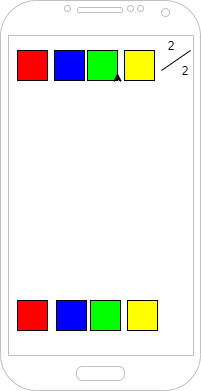
Alex-Garber/codebreaker-android keeps this draw.io diagram as docs/img/wireframe.png. Above is the earlier version. Source tidied: cells renumbered, new cells last; positions are measured from the earlier drawing's top-left corner, leaving out a move shared by most shapes.
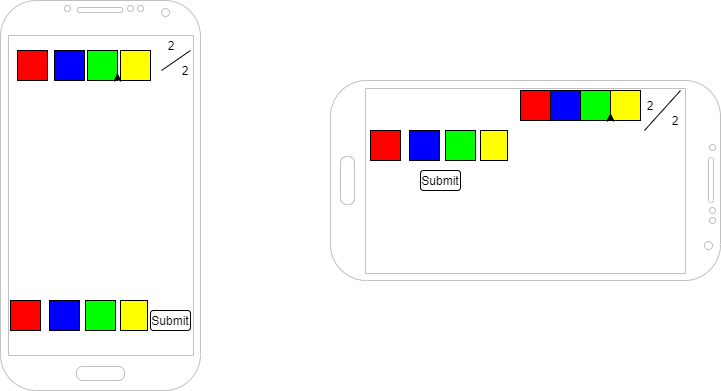
Above is the later version.

Change to the diagram source:
```diff
@@ -3,7 +3,7 @@
     <mxCell id="0" />
     <mxCell id="1" parent="0" />
     <mxCell id="2" style="verticalLabelPosition=bottom;verticalAlign=top;html=1;shadow=0;dashed=0;strokeWidth=1;shape=mxgraph.android.phone2;strokeColor=#c0c0c0;" parent="1" vertex="1">
-      <mxGeometry width="200" height="390" as="geometry" />
+      <mxGeometry x="7" width="200" height="390" as="geometry" />
     </mxCell>
     <mxCell id="3" style="rounded=0;whiteSpace=wrap;html=1;fillColor=#FF0000;" parent="1" vertex="1">
       <mxGeometry x="17" y="300" width="30" height="30" as="geometry" />
@@ -12,40 +12,112 @@
       <mxGeometry x="56" y="300" width="30" height="30" as="geometry" />
     </mxCell>
     <mxCell id="5" style="rounded=0;whiteSpace=wrap;html=1;fillColor=#00FF00;" parent="1" vertex="1">
-      <mxGeometry x="90" y="300" width="30" height="30" as="geometry" />
+      <mxGeometry x="92" y="300" width="30" height="30" as="geometry" />
     </mxCell>
     <mxCell id="6" style="rounded=0;whiteSpace=wrap;html=1;fillColor=#FFFF00;" parent="1" vertex="1">
-      <mxGeometry x="127" y="300" width="30" height="30" as="geometry" />
+      <mxGeometry x="127" y="300" width="27" height="30" as="geometry" />
     </mxCell>
+    <mxCell id="16" style="group;" parent="1" vertex="1">
+      <mxGeometry x="157" y="310" width="40" height="20" as="geometry" />
+    </mxCell>
+    <mxCell id="17" style="rounded=1;whiteSpace=wrap;html=1;" parent="16" vertex="1">
+      <mxGeometry width="40" height="20" as="geometry" />
+    </mxCell>
+    <mxCell id="18" value="Submit" style="text;html=1;strokeColor=none;fillColor=none;align=center;verticalAlign=middle;whiteSpace=wrap;rounded=0;" parent="16" vertex="1">
+      <mxGeometry width="40" height="20" as="geometry" />
+    </mxCell>
+    <mxCell id="19" style="group;" parent="1" vertex="1">
+      <mxGeometry x="24" y="30" width="183" height="50" as="geometry" />
+    </mxCell>
-    <mxCell id="7" style="rounded=0;whiteSpace=wrap;html=1;fillColor=#FF0000;" parent="1" vertex="1">
-      <mxGeometry x="17" y="50" width="30" height="30" as="geometry" />
+    <mxCell id="7" style="rounded=0;whiteSpace=wrap;html=1;fillColor=#FF0000;" parent="19" vertex="1">
+      <mxGeometry y="20" width="30" height="30" as="geometry" />
     </mxCell>
-    <mxCell id="8" style="rounded=0;whiteSpace=wrap;html=1;fillColor=#0000FF;" parent="1" vertex="1">
-      <mxGeometry x="54" y="50" width="30" height="30" as="geometry" />
+    <mxCell id="8" style="rounded=0;whiteSpace=wrap;html=1;fillColor=#0000FF;" parent="19" vertex="1">
+      <mxGeometry x="37" y="20" width="30" height="30" as="geometry" />
     </mxCell>
-    <mxCell id="9" style="rounded=0;whiteSpace=wrap;html=1;fillColor=#00FF00;" parent="1" vertex="1">
-      <mxGeometry x="87" y="50" width="30" height="30" as="geometry" />
+    <mxCell id="9" style="rounded=0;whiteSpace=wrap;html=1;fillColor=#00FF00;" parent="19" vertex="1">
+      <mxGeometry x="70" y="20" width="30" height="30" as="geometry" />
     </mxCell>
-    <mxCell id="10" style="rounded=0;whiteSpace=wrap;html=1;fillColor=#FFFF00;" parent="1" vertex="1">
-      <mxGeometry x="124" y="50" width="30" height="30" as="geometry" />
+    <mxCell id="10" style="rounded=0;whiteSpace=wrap;html=1;fillColor=#FFFF00;" parent="19" vertex="1">
+      <mxGeometry x="103" y="20" width="30" height="30" as="geometry" />
     </mxCell>
-    <mxCell id="11" value="2" style="text;html=1;strokeColor=none;fillColor=none;align=center;verticalAlign=middle;whiteSpace=wrap;rounded=0;" parent="1" vertex="1">
-      <mxGeometry x="161" y="30" width="20" height="30" as="geometry" />
+    <mxCell id="11" value="2" style="text;html=1;strokeColor=none;fillColor=none;align=center;verticalAlign=middle;whiteSpace=wrap;rounded=0;" parent="19" vertex="1">
+      <mxGeometry x="144" width="20" height="30" as="geometry" />
     </mxCell>
-    <mxCell id="12" style="endArrow=none;html=1;" parent="1" edge="1">
+    <mxCell id="12" style="endArrow=none;html=1;" parent="19" edge="1">
       <mxGeometry relative="1" as="geometry">
-        <mxPoint x="161" y="70" as="sourcePoint" />
-        <mxPoint x="190" y="50" as="targetPoint" />
+        <mxPoint x="144" y="40" as="sourcePoint" />
+        <mxPoint x="173" y="20" as="targetPoint" />
       </mxGeometry>
     </mxCell>
-    <mxCell id="13" style="edgeStyle=orthogonalEdgeStyle;rounded=0;orthogonalLoop=1;jettySize=auto;html=1;exitX=0.5;exitY=1;exitDx=0;exitDy=0;" parent="1" edge="1" source="11" target="11">
+    <mxCell id="13" style="edgeStyle=orthogonalEdgeStyle;rounded=0;orthogonalLoop=1;jettySize=auto;html=1;exitX=0.5;exitY=1;exitDx=0;exitDy=0;" parent="19" edge="1" source="11" target="11">
       <mxGeometry relative="1" as="geometry" />
     </mxCell>
-    <mxCell id="14" value="2" style="text;html=1;strokeColor=none;fillColor=none;align=center;verticalAlign=middle;whiteSpace=wrap;rounded=0;" parent="1" vertex="1">
-      <mxGeometry x="170" y="60" width="30" height="20" as="geometry" />
+    <mxCell id="14" value="2" style="text;html=1;strokeColor=none;fillColor=none;align=center;verticalAlign=middle;whiteSpace=wrap;rounded=0;" parent="19" vertex="1">
+      <mxGeometry x="153" y="30" width="30" height="20" as="geometry" />
     </mxCell>
-    <mxCell id="15" style="edgeStyle=orthogonalEdgeStyle;rounded=0;orthogonalLoop=1;jettySize=auto;html=1;exitX=0.5;exitY=1;exitDx=0;exitDy=0;entryX=1;entryY=0.75;entryDx=0;entryDy=0;" parent="1" edge="1" source="9" target="9">
+    <mxCell id="15" style="edgeStyle=orthogonalEdgeStyle;rounded=0;orthogonalLoop=1;jettySize=auto;html=1;exitX=0.5;exitY=1;exitDx=0;exitDy=0;entryX=1;entryY=0.75;entryDx=0;entryDy=0;" parent="19" edge="1" source="9" target="9">
       <mxGeometry relative="1" as="geometry" />
     </mxCell>
+    <mxCell id="20" style="group;" parent="1" vertex="1">
+      <mxGeometry x="507" y="90" width="220" height="190" as="geometry" />
+    </mxCell>
+    <mxCell id="21" style="rounded=0;whiteSpace=wrap;html=1;fillColor=#FF0000;" parent="20" vertex="1">
+      <mxGeometry x="20" width="30" height="30" as="geometry" />
+    </mxCell>
+    <mxCell id="22" style="rounded=0;whiteSpace=wrap;html=1;fillColor=#0000FF;" parent="20" vertex="1">
+      <mxGeometry x="50" width="30" height="30" as="geometry" />
+    </mxCell>
+    <mxCell id="23" style="rounded=0;whiteSpace=wrap;html=1;fillColor=#00FF00;" parent="20" vertex="1">
+      <mxGeometry x="80" width="30" height="30" as="geometry" />
+    </mxCell>
+    <mxCell id="24" style="rounded=0;whiteSpace=wrap;html=1;fillColor=#FFFF00;" parent="20" vertex="1">
+      <mxGeometry x="110" width="30" height="30" as="geometry" />
+    </mxCell>
+    <mxCell id="25" value="2" style="text;html=1;strokeColor=none;fillColor=none;align=center;verticalAlign=middle;whiteSpace=wrap;rounded=0;" parent="20" vertex="1">
+      <mxGeometry x="140" width="20" height="30" as="geometry" />
+    </mxCell>
+    <mxCell id="26" style="endArrow=none;html=1;" parent="20" edge="1">
+      <mxGeometry relative="1" as="geometry">
+        <mxPoint x="144" y="40" as="sourcePoint" />
+        <mxPoint x="180" as="targetPoint" />
+      </mxGeometry>
+    </mxCell>
+    <mxCell id="27" style="edgeStyle=orthogonalEdgeStyle;rounded=0;orthogonalLoop=1;jettySize=auto;html=1;exitX=0.5;exitY=1;exitDx=0;exitDy=0;" parent="20" edge="1" source="25" target="25">
+      <mxGeometry relative="1" as="geometry" />
+    </mxCell>
+    <mxCell id="28" value="2" style="text;html=1;strokeColor=none;fillColor=none;align=center;verticalAlign=middle;whiteSpace=wrap;rounded=0;" parent="20" vertex="1">
+      <mxGeometry x="160" y="20" width="30" height="20" as="geometry" />
+    </mxCell>
+    <mxCell id="29" style="edgeStyle=orthogonalEdgeStyle;rounded=0;orthogonalLoop=1;jettySize=auto;html=1;exitX=0.5;exitY=1;exitDx=0;exitDy=0;entryX=1;entryY=0.75;entryDx=0;entryDy=0;" parent="20" edge="1" source="23" target="23">
+      <mxGeometry relative="1" as="geometry" />
+    </mxCell>
+    <mxCell id="30" style="verticalLabelPosition=bottom;verticalAlign=top;html=1;shadow=0;dashed=0;strokeWidth=1;shape=mxgraph.android.phone2;strokeColor=#c0c0c0;direction=south;" parent="20" vertex="1">
+      <mxGeometry x="-170" y="-10" width="390" height="200" as="geometry" />
+    </mxCell>
+    <mxCell id="31" style="group;" parent="20" vertex="1">
+      <mxGeometry x="-130" y="40" width="180" height="30" as="geometry" />
+    </mxCell>
+    <mxCell id="32" style="rounded=0;whiteSpace=wrap;html=1;fillColor=#FF0000;" parent="31" vertex="1">
+      <mxGeometry width="30" height="30" as="geometry" />
+    </mxCell>
+    <mxCell id="33" style="rounded=0;whiteSpace=wrap;html=1;fillColor=#0000FF;" parent="31" vertex="1">
+      <mxGeometry x="39" width="30" height="30" as="geometry" />
+    </mxCell>
+    <mxCell id="34" style="rounded=0;whiteSpace=wrap;html=1;fillColor=#00FF00;" parent="31" vertex="1">
+      <mxGeometry x="75" width="30" height="30" as="geometry" />
+    </mxCell>
+    <mxCell id="35" style="rounded=0;whiteSpace=wrap;html=1;fillColor=#FFFF00;" parent="31" vertex="1">
+      <mxGeometry x="110" width="27" height="30" as="geometry" />
+    </mxCell>
+    <mxCell id="36" style="group;" parent="31" vertex="1">
+      <mxGeometry x="50" y="40" width="40" height="20" as="geometry" />
+    </mxCell>
+    <mxCell id="37" style="rounded=1;whiteSpace=wrap;html=1;" parent="36" vertex="1">
+      <mxGeometry width="40" height="20" as="geometry" />
+    </mxCell>
+    <mxCell id="38" value="Submit" style="text;html=1;strokeColor=none;fillColor=none;align=center;verticalAlign=middle;whiteSpace=wrap;rounded=0;" parent="36" vertex="1">
+      <mxGeometry width="40" height="20" as="geometry" />
+    </mxCell>
   </root>
 </mxGraphModel>
```
